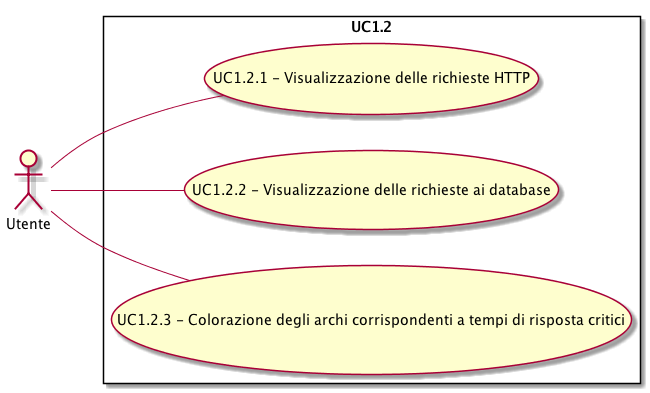
This is Docs/RP/AnalisiDeiRequisiti/UC/UC1-2.png from joemerlino/SWEefty, a PlantUML export, as it was before one commit.
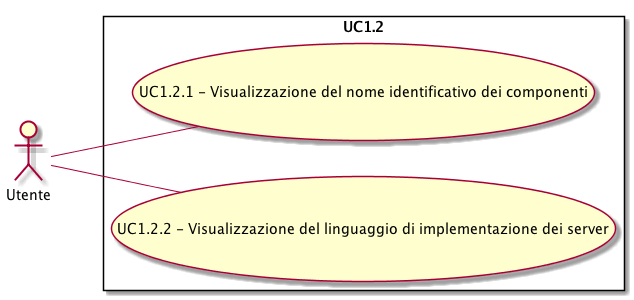
After the commit.

Change to the diagram source:
```diff
@@ -3,8 +3,7 @@
 skinparam packageStyle rectangle
 actor Utente
 rectangle UC1.2 {
-Utente -- (UC1.2.1 - Visualizzazione delle richieste HTTP)
-Utente -- (UC1.2.2 - Visualizzazione delle richieste ai database)
-Utente -- (UC1.2.3 - Colorazione degli archi corrispondenti a tempi di risposta critici)
+Utente -- (UC1.2.1 - Visualizzazione del nome identificativo dei componenti)
+Utente -- (UC1.2.2 - Visualizzazione del linguaggio di implementazione dei server)
 }
 @enduml
```
